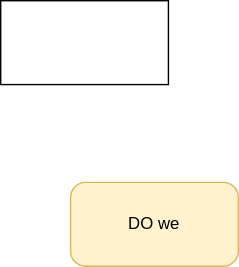
Before: img_in_paper/textunet.drawio.svg, a diagram exported from draw.io (YMlinfeng/undergraduate_thesis). Source tidied: cells renumbered, new cells last; positions are measured from the earlier drawing's top-left corner, leaving out a move shared by most shapes.
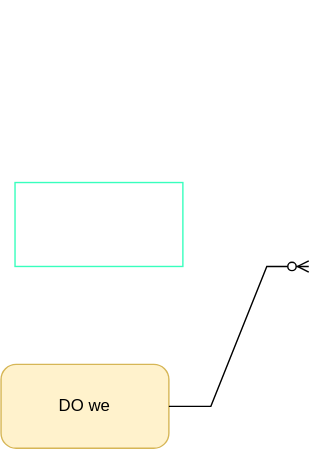
The same file after the commit.

What changed in the source:
```diff
@@ -2,11 +2,23 @@
   <root>
     <mxCell id="0" />
     <mxCell id="1" parent="0" />
+    <mxCell id="4" style="group;" parent="1" vertex="1">
+      <mxGeometry x="94" y="100" width="220" height="320" as="geometry" />
+    </mxCell>
-    <mxCell id="2" style="rounded=0;whiteSpace=wrap;html=1;" parent="1" vertex="1">
-      <mxGeometry width="120" height="60" as="geometry" />
+    <mxCell id="2" style="rounded=0;whiteSpace=wrap;html=1;strokeColor=#38FFBD;" parent="4" vertex="1">
+      <mxGeometry x="10" y="130" width="120" height="60" as="geometry" />
     </mxCell>
-    <mxCell id="3" value="DO we" style="rounded=1;whiteSpace=wrap;html=1;arcSize=18;fillStyle=auto;fillColor=#fff2cc;strokeColor=#d6b656;" parent="1" vertex="1">
-      <mxGeometry x="50" y="130" width="120" height="60" as="geometry" />
+    <mxCell id="3" value="DO we" style="rounded=1;whiteSpace=wrap;html=1;arcSize=18;fillStyle=auto;fillColor=#fff2cc;strokeColor=#d6b656;" parent="4" vertex="1">
+      <mxGeometry y="260" width="120" height="60" as="geometry" />
     </mxCell>
+    <mxCell id="5" style="edgeStyle=entityRelationEdgeStyle;fontSize=12;html=1;endArrow=ERzeroToMany;endFill=1;rounded=0;" parent="4" edge="1">
+      <mxGeometry relative="1" as="geometry">
+        <mxPoint x="120" y="290" as="sourcePoint" />
+        <mxPoint x="220" y="190" as="targetPoint" />
+        <Array as="points">
+          <mxPoint x="90" />
+        </Array>
+      </mxGeometry>
+    </mxCell>
   </root>
 </mxGraphModel>
```
